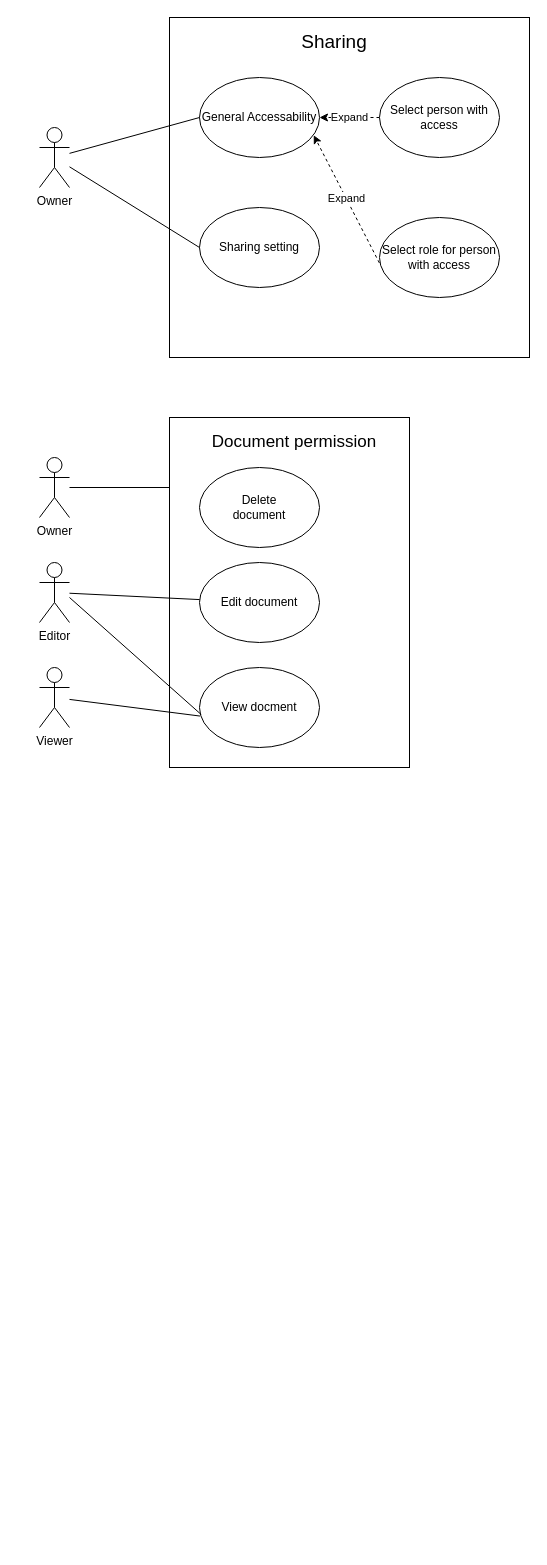
The draw.io diagram docs.google.com.drawio in Keny7503/draw.io, before the edit. Source tidied: cells renumbered, new cells numbered last; positions are measured from the earlier drawing's top-left corner, leaving out a move shared by most shapes. Both pictures are drawn from the tidied source at 100%, with x=0, y=0 at pixel (39, 17).
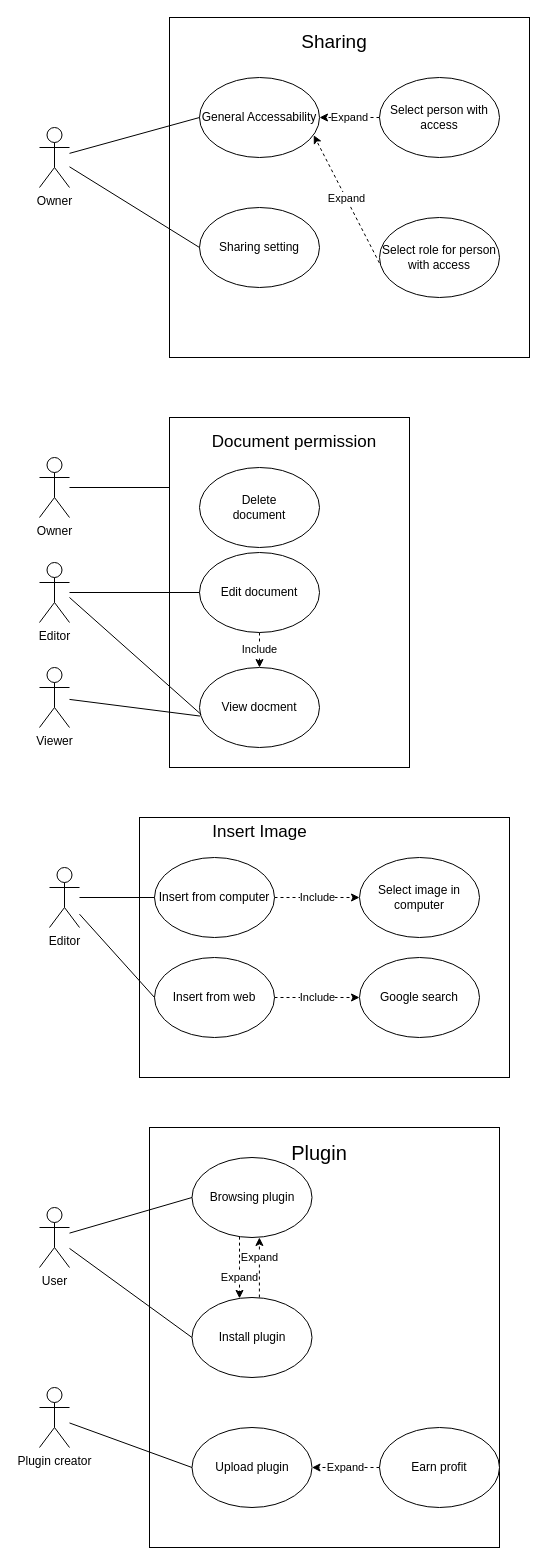
The same page after the edit.

Unchanged cells that the change refers to:
```xml
<mxCell id="20" value="View docment" style="ellipse;whiteSpace=wrap;html=1;" parent="1" vertex="1">
  <mxGeometry x="160" y="650" width="120" height="80" as="geometry" />
</mxCell>
```

Change to the diagram source:
```diff
@@
+    <mxCell id="25" value="Include" style="edgeStyle=orthogonalEdgeStyle;rounded=0;jettySize=auto;html=1;dashed=1;" parent="1" edge="1" source="19" target="20">
+      <mxGeometry relative="1" as="geometry" />
+    </mxCell>
     <mxCell id="19" value="Edit document" style="ellipse;whiteSpace=wrap;html=1;" parent="1" vertex="1">
-      <mxGeometry x="160" y="545" width="120" height="80" as="geometry" />
+      <mxGeometry x="160" y="535" width="120" height="80" as="geometry" />
     </mxCell>
@@
+    <mxCell id="26" style="rounded=0;whiteSpace=wrap;html=1;" parent="1" vertex="1">
+      <mxGeometry x="100" y="800" width="370" height="260" as="geometry" />
+    </mxCell>
+    <mxCell id="27" value="Insert Image " style="text;html=1;strokeColor=none;fillColor=none;align=center;verticalAlign=middle;whiteSpace=wrap;rounded=0;fontSize=17;" parent="1" vertex="1">
+      <mxGeometry x="167.5" y="800" width="105" height="30" as="geometry" />
+    </mxCell>
+    <mxCell id="28" value="Editor" style="shape=umlActor;verticalLabelPosition=bottom;verticalAlign=top;html=1;outlineConnect=0;" parent="1" vertex="1">
+      <mxGeometry x="10" y="850" width="30" height="60" as="geometry" />
+    </mxCell>
+    <mxCell id="29" value="Include" style="edgeStyle=orthogonalEdgeStyle;rounded=0;jettySize=auto;html=1;entryX=0;entryY=0.5;entryDx=0;entryDy=0;dashed=1;" parent="1" edge="1" source="30" target="31">
+      <mxGeometry relative="1" as="geometry" />
+    </mxCell>
+    <mxCell id="30" value="Insert from computer" style="ellipse;whiteSpace=wrap;html=1;" parent="1" vertex="1">
+      <mxGeometry x="115" y="840" width="120" height="80" as="geometry" />
+    </mxCell>
+    <mxCell id="31" value="Select image in computer" style="ellipse;whiteSpace=wrap;html=1;" parent="1" vertex="1">
+      <mxGeometry x="320" y="840" width="120" height="80" as="geometry" />
+    </mxCell>
+    <mxCell id="32" value="Include" style="edgeStyle=orthogonalEdgeStyle;rounded=0;jettySize=auto;html=1;dashed=1;" parent="1" edge="1" source="33" target="34">
+      <mxGeometry relative="1" as="geometry" />
+    </mxCell>
+    <mxCell id="33" value="Insert from web" style="ellipse;whiteSpace=wrap;html=1;" parent="1" vertex="1">
+      <mxGeometry x="115" y="940" width="120" height="80" as="geometry" />
+    </mxCell>
+    <mxCell id="34" value="Google search" style="ellipse;whiteSpace=wrap;html=1;" parent="1" vertex="1">
+      <mxGeometry x="320" y="940" width="120" height="80" as="geometry" />
+    </mxCell>
+    <mxCell id="35" style="endArrow=none;html=1;rounded=0;entryX=0;entryY=0.5;entryDx=0;entryDy=0;" parent="1" edge="1" source="28" target="30">
+      <mxGeometry relative="1" as="geometry" />
+    </mxCell>
+    <mxCell id="36" style="endArrow=none;html=1;rounded=0;entryX=0;entryY=0.5;entryDx=0;entryDy=0;" parent="1" edge="1" source="28" target="33">
+      <mxGeometry relative="1" as="geometry" />
+    </mxCell>
+    <mxCell id="37" style="rounded=0;whiteSpace=wrap;html=1;" parent="1" vertex="1">
+      <mxGeometry x="110" y="1110" width="350" height="420" as="geometry" />
+    </mxCell>
+    <mxCell id="38" value="Plugin" style="text;html=1;strokeColor=none;fillColor=none;align=center;verticalAlign=middle;whiteSpace=wrap;rounded=0;fontSize=20;" parent="1" vertex="1">
+      <mxGeometry x="250" y="1120" width="60" height="30" as="geometry" />
+    </mxCell>
+    <mxCell id="39" value="User" style="shape=umlActor;verticalLabelPosition=bottom;verticalAlign=top;html=1;outlineConnect=0;" parent="1" vertex="1">
+      <mxGeometry y="1190" width="30" height="60" as="geometry" />
+    </mxCell>
+    <mxCell id="40" value="Expand" style="edgeStyle=orthogonalEdgeStyle;rounded=0;jettySize=auto;html=1;dashed=1;" parent="1" edge="1" source="41" target="43">
+      <mxGeometry x="0.32" relative="1" as="geometry">
+        <Array as="points">
+          <mxPoint x="200" y="1250" />
+          <mxPoint x="200" y="1250" />
+        </Array>
+      </mxGeometry>
+    </mxCell>
+    <mxCell id="41" value="Browsing plugin" style="ellipse;whiteSpace=wrap;html=1;" parent="1" vertex="1">
+      <mxGeometry x="152.5" y="1140" width="120" height="80" as="geometry" />
+    </mxCell>
+    <mxCell id="42" value="Expand" style="edgeStyle=orthogonalEdgeStyle;rounded=0;orthogonalLoop=1;jettySize=auto;html=1;entryX=0.5;entryY=1;entryDx=0;entryDy=0;dashed=1;" parent="1" edge="1">
+      <mxGeometry x="0.33" relative="1" as="geometry">
+        <mxPoint x="219.9" y="1280" as="sourcePoint" />
+        <mxPoint x="219.9" y="1220" as="targetPoint" />
+      </mxGeometry>
+    </mxCell>
+    <mxCell id="43" value="Install plugin" style="ellipse;whiteSpace=wrap;html=1;" parent="1" vertex="1">
+      <mxGeometry x="152.5" y="1280" width="120" height="80" as="geometry" />
+    </mxCell>
+    <mxCell id="44" value="Plugin creator" style="shape=umlActor;verticalLabelPosition=bottom;verticalAlign=top;html=1;outlineConnect=0;" parent="1" vertex="1">
+      <mxGeometry y="1370" width="30" height="60" as="geometry" />
+    </mxCell>
+    <mxCell id="45" value="Upload plugin" style="ellipse;whiteSpace=wrap;html=1;" parent="1" vertex="1">
+      <mxGeometry x="152.5" y="1410" width="120" height="80" as="geometry" />
+    </mxCell>
+    <mxCell id="46" value="Expand" style="edgeStyle=orthogonalEdgeStyle;rounded=0;jettySize=auto;html=1;dashed=1;" parent="1" edge="1" source="47" target="45">
+      <mxGeometry relative="1" as="geometry" />
+    </mxCell>
+    <mxCell id="47" value="Earn profit" style="ellipse;whiteSpace=wrap;html=1;" parent="1" vertex="1">
+      <mxGeometry x="340" y="1410" width="120" height="80" as="geometry" />
+    </mxCell>
+    <mxCell id="48" style="endArrow=none;html=1;rounded=0;entryX=0;entryY=0.5;entryDx=0;entryDy=0;" parent="1" edge="1" source="39" target="41">
+      <mxGeometry relative="1" as="geometry" />
+    </mxCell>
+    <mxCell id="49" style="endArrow=none;html=1;rounded=0;entryX=0;entryY=0.5;entryDx=0;entryDy=0;" parent="1" edge="1" source="39" target="43">
+      <mxGeometry relative="1" as="geometry" />
+    </mxCell>
+    <mxCell id="50" style="endArrow=none;html=1;rounded=0;entryX=0;entryY=0.5;entryDx=0;entryDy=0;" parent="1" edge="1" source="44" target="45">
+      <mxGeometry relative="1" as="geometry" />
+    </mxCell>
```
